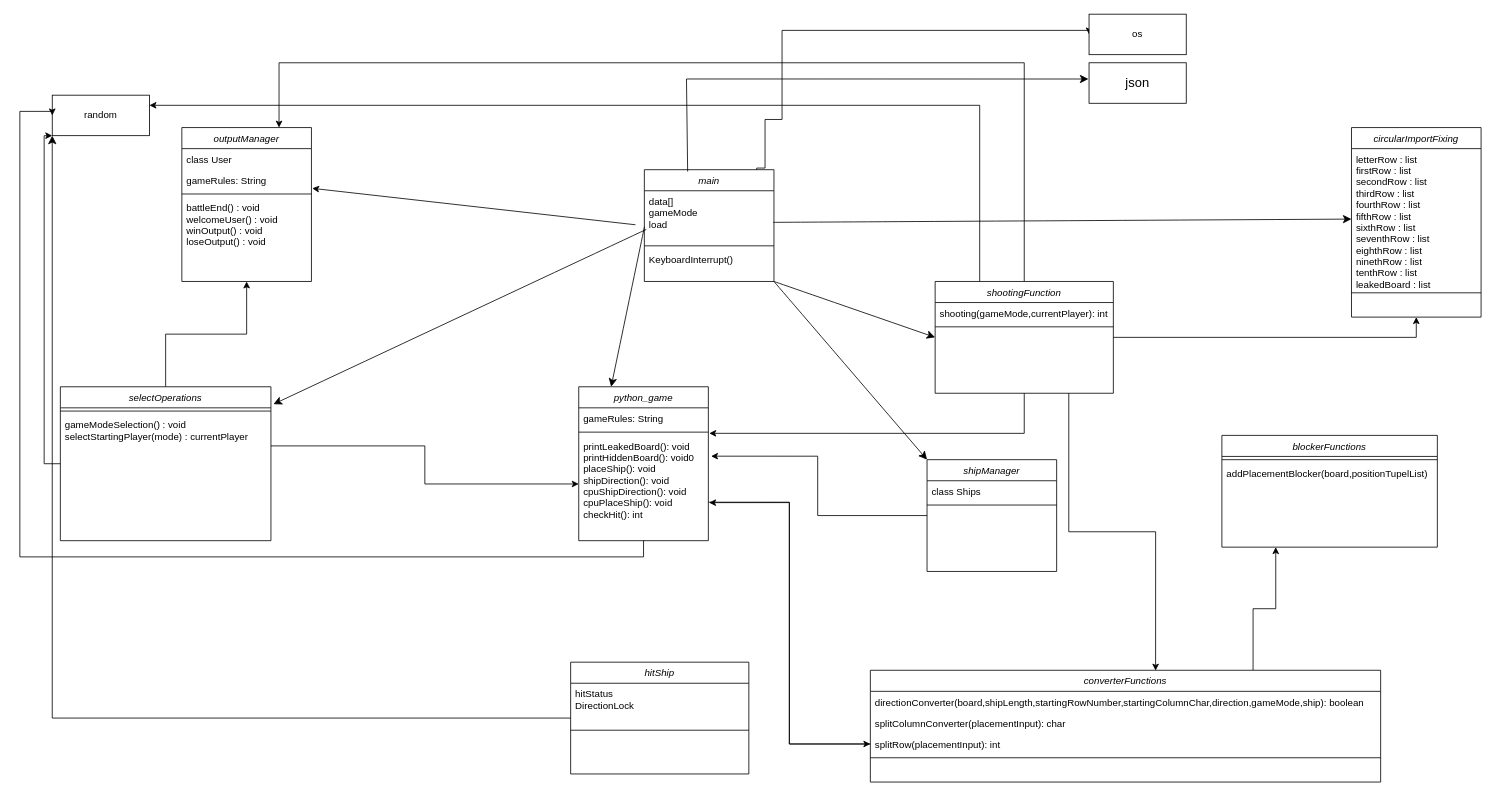
frederik-junk/Python_FleetBattle keeps this draw.io diagram as classDiagram.drawio. Above is the earlier version. Source tidied: cells renumbered, new cells numbered last; positions are measured from the earlier drawing's top-left corner, leaving out a move shared by most shapes. Both pictures are drawn from the tidied source at 81%, with x=0, y=0 at pixel (19, 14).
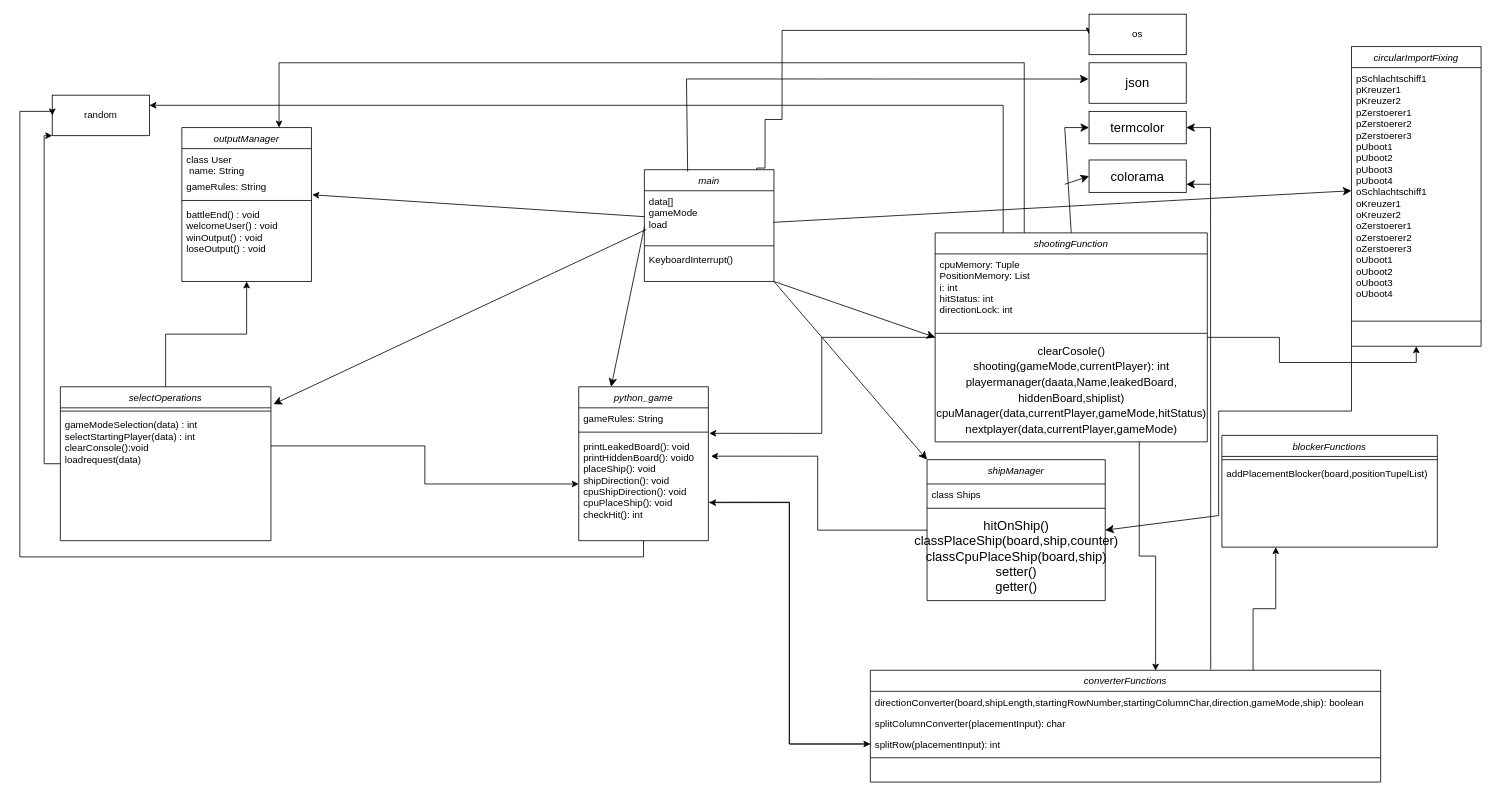
The same diagram, later.

Commit message (it also covers changes not shown here):
updated class Diagramm

The change refers to these unchanged cells:
```xml
<mxCell id="4" value="data[]&#10;gameMode&#10;load" style="text;align=left;verticalAlign=top;spacingLeft=4;spacingRight=4;overflow=hidden;points=[[0,0.5],[1,0.5]];portConstraint=eastwest;" parent="3" vertex="1">
  <mxGeometry y="26" width="160" height="64" as="geometry" />
</mxCell>
<mxCell id="9" value="outputManager" style="swimlane;fontStyle=2;align=center;verticalAlign=top;horizontal=1;startSize=26;rounded=0;shadow=0;strokeWidth=1;" parent="1" vertex="1">
  <mxGeometry x="200" y="140" width="160" height="190" as="geometry" />
</mxCell>
<mxCell id="16" value="selectOperations" style="swimlane;fontStyle=2;align=center;verticalAlign=top;horizontal=1;startSize=26;rounded=0;shadow=0;strokeWidth=1;" parent="1" vertex="1">
  <mxGeometry x="50" y="460" width="260" height="190" as="geometry" />
</mxCell>
<mxCell id="25" value="random" style="rounded=0;whiteSpace=wrap;html=1;" parent="1" vertex="1">
  <mxGeometry x="40" y="100" width="120" height="50" as="geometry" />
</mxCell>
<mxCell id="32" value="converterFunctions" style="swimlane;fontStyle=2;align=center;verticalAlign=top;horizontal=1;startSize=26;rounded=0;shadow=0;strokeWidth=1;" parent="1" vertex="1">
  <mxGeometry x="1050" y="810" width="630" height="138" as="geometry" />
</mxCell>
```

Change to the diagram source:
```diff
@@
-    <mxCell id="8" style="endArrow=classic;html=1;rounded=0;entryX=1.006;entryY=0.885;entryDx=0;entryDy=0;entryPerimeter=0;" parent="1" edge="1" target="11">
-      <mxGeometry relative="1" as="geometry">
-        <mxPoint x="760" y="260" as="sourcePoint" />
-      </mxGeometry>
+    <mxCell id="8" style="endArrow=classic;html=1;rounded=0;entryX=1.006;entryY=0.885;entryDx=0;entryDy=0;entryPerimeter=0;exitX=0;exitY=0.5;exitDx=0;exitDy=0;" parent="1" edge="1" source="4" target="11">
+      <mxGeometry relative="1" as="geometry" />
     </mxCell>
@@
-    <mxCell id="10" value="class User" style="text;align=left;verticalAlign=top;spacingLeft=4;spacingRight=4;overflow=hidden;" parent="9" vertex="1">
-      <mxGeometry y="26" width="160" height="26" as="geometry" />
+    <mxCell id="10" value="class User&#10; name: String" style="text;align=left;verticalAlign=top;spacingLeft=4;spacingRight=4;overflow=hidden;" parent="9" vertex="1">
+      <mxGeometry y="26" width="160" height="34" as="geometry" />
     </mxCell>
     <mxCell id="11" value="gameRules: String" style="text;align=left;verticalAlign=top;spacingLeft=4;spacingRight=4;overflow=hidden;points=[[0,0.5],[1,0.5]];portConstraint=eastwest;rounded=0;shadow=0;html=0;" parent="9" vertex="1">
-      <mxGeometry y="52" width="160" height="26" as="geometry" />
+      <mxGeometry y="60" width="160" height="26" as="geometry" />
     </mxCell>
     <mxCell id="12" style="line;html=1;strokeWidth=1;align=left;verticalAlign=middle;spacingTop=-1;spacingLeft=3;spacingRight=3;labelPosition=right;" parent="9" vertex="1">
-      <mxGeometry y="78" width="160" height="8" as="geometry" />
+      <mxGeometry y="86" width="160" height="8" as="geometry" />
     </mxCell>
     <mxCell id="13" value="battleEnd() : void&#10;welcomeUser() : void&#10;winOutput() : void&#10;loseOutput() : void" style="text;align=left;verticalAlign=top;spacingLeft=4;spacingRight=4;overflow=hidden;" parent="9" vertex="1">
-      <mxGeometry y="86" width="160" height="78" as="geometry" />
+      <mxGeometry y="94" width="160" height="78" as="geometry" />
     </mxCell>
@@
-    <mxCell id="18" value="gameModeSelection() : void&#10;selectStartingPlayer(mode) : currentPlayer" style="text;align=left;verticalAlign=top;spacingLeft=4;spacingRight=4;overflow=hidden;points=[[0,0.5],[1,0.5]];portConstraint=eastwest;" parent="16" vertex="1">
+    <mxCell id="18" value="gameModeSelection(data) : int&#10;selectStartingPlayer(data) : int&#10;clearConsole():void&#10;loadrequest(data)" style="text;align=left;verticalAlign=top;spacingLeft=4;spacingRight=4;overflow=hidden;points=[[0,0.5],[1,0.5]];portConstraint=eastwest;" parent="16" vertex="1">
       <mxGeometry y="34" width="260" height="78" as="geometry" />
     </mxCell>
@@
-    <mxCell id="28" value="shipManager" style="swimlane;fontStyle=2;align=center;verticalAlign=top;horizontal=1;startSize=26;rounded=0;shadow=0;strokeWidth=1;" parent="1" vertex="1">
-      <mxGeometry x="1120" y="550" width="160" height="138" as="geometry" />
+    <mxCell id="28" value="shipManager" style="swimlane;fontStyle=2;align=center;verticalAlign=top;horizontal=1;startSize=30;rounded=0;shadow=0;strokeWidth=1;" parent="1" vertex="1">
+      <mxGeometry x="1120" y="550" width="220" height="174" as="geometry" />
     </mxCell>
     <mxCell id="29" value="class Ships" style="text;align=left;verticalAlign=top;spacingLeft=4;spacingRight=4;overflow=hidden;" parent="28" vertex="1">
-      <mxGeometry y="26" width="160" height="26" as="geometry" />
+      <mxGeometry y="30" width="220" height="26" as="geometry" />
     </mxCell>
     <mxCell id="30" style="line;html=1;strokeWidth=1;align=left;verticalAlign=middle;spacingTop=-1;spacingLeft=3;spacingRight=3;labelPosition=right;" parent="28" vertex="1">
-      <mxGeometry y="52" width="160" height="8" as="geometry" />
+      <mxGeometry y="56" width="220" height="8" as="geometry" />
     </mxCell>
+    <mxCell id="63" value="hitOnShip()&lt;br&gt;classPlaceShip(board,ship,counter)&lt;br&gt;classCpuPlaceShip(board,ship)&lt;br&gt;setter()&lt;br&gt;getter()" style="text;html=1;align=center;verticalAlign=middle;strokeColor=none;fillColor=none;fontSize=16;" parent="28" vertex="1">
+      <mxGeometry y="64" width="220" height="110" as="geometry" />
+    </mxCell>
@@
     <mxCell id="41" value="circularImportFixing" style="swimlane;fontStyle=2;align=center;verticalAlign=top;horizontal=1;startSize=26;rounded=0;shadow=0;strokeWidth=1;" parent="1" vertex="1">
-      <mxGeometry x="1644" y="140" width="160" height="234" as="geometry" />
+      <mxGeometry x="1644" y="40" width="160" height="370" as="geometry" />
     </mxCell>
-    <mxCell id="42" value="letterRow : list&#10;firstRow : list&#10;secondRow : list&#10;thirdRow : list&#10;fourthRow : list&#10;fifthRow : list&#10;sixthRow : list&#10;seventhRow : list&#10;eighthRow : list&#10;ninethRow : list&#10;tenthRow : list&#10;leakedBoard : list" style="text;align=left;verticalAlign=top;spacingLeft=4;spacingRight=4;overflow=hidden;points=[[0,0.5],[1,0.5]];portConstraint=eastwest;" parent="41" vertex="1">
-      <mxGeometry y="26" width="160" height="174" as="geometry" />
+    <mxCell id="42" value="pSchlachtschiff1&#10;pKreuzer1&#10;pKreuzer2&#10;pZerstoerer1&#10;pZerstoerer2&#10;pZerstoerer3&#10;pUboot1&#10;pUboot2&#10;pUboot3&#10;pUboot4&#10;oSchlachtschiff1&#10;oKreuzer1&#10;oKreuzer2&#10;oZerstoerer1&#10;oZerstoerer2&#10;oZerstoerer3&#10;oUboot1&#10;oUboot2&#10;oUboot3&#10;oUboot4" style="text;align=left;verticalAlign=top;spacingLeft=4;spacingRight=4;overflow=hidden;points=[[0,0.5],[1,0.5]];portConstraint=eastwest;" parent="41" vertex="1">
+      <mxGeometry y="26" width="160" height="304" as="geometry" />
     </mxCell>
     <mxCell id="43" style="line;html=1;strokeWidth=1;align=left;verticalAlign=middle;spacingTop=-1;spacingLeft=3;spacingRight=3;labelPosition=right;" parent="41" vertex="1">
-      <mxGeometry y="200" width="160" height="8" as="geometry" />
+      <mxGeometry y="330" width="160" height="18" as="geometry" />
     </mxCell>
@@
     <mxCell id="49" value="shootingFunction" style="swimlane;fontStyle=2;align=center;verticalAlign=top;horizontal=1;startSize=26;rounded=0;shadow=0;strokeWidth=1;" parent="1" vertex="1">
-      <mxGeometry x="1130" y="330" width="220" height="138" as="geometry" />
+      <mxGeometry x="1130" y="270" width="336" height="258" as="geometry" />
     </mxCell>
-    <mxCell id="50" value="shooting(gameMode,currentPlayer): int" style="text;align=left;verticalAlign=top;spacingLeft=4;spacingRight=4;overflow=hidden;" parent="49" vertex="1">
-      <mxGeometry y="26" width="220" height="26" as="geometry" />
+    <mxCell id="50" value="cpuMemory: Tuple&#10;PositionMemory: List&#10;i: int&#10;hitStatus: int&#10;directionLock: int" style="text;align=left;verticalAlign=top;spacingLeft=4;spacingRight=4;overflow=hidden;" parent="49" vertex="1">
+      <mxGeometry y="26" width="336" height="94" as="geometry" />
     </mxCell>
     <mxCell id="51" style="line;html=1;strokeWidth=1;align=left;verticalAlign=middle;spacingTop=-1;spacingLeft=3;spacingRight=3;labelPosition=right;" parent="49" vertex="1">
-      <mxGeometry y="52" width="220" height="8" as="geometry" />
+      <mxGeometry y="120" width="336" height="8" as="geometry" />
     </mxCell>
+    <mxCell id="64" value="&lt;font style=&quot;font-size: 14px;&quot;&gt;clearCosole()&lt;br&gt;shooting(gameMode,currentPlayer): int&lt;br&gt;playermanager(daata,Name,leakedBoard,&lt;br&gt;hiddenBoard,shiplist)&lt;br&gt;cpuManager(data,currentPlayer,gameMode,hitStatus)&lt;br&gt;nextplayer(data,currentPlayer,gameMode)&lt;br&gt;&lt;/font&gt;" style="text;html=1;align=center;verticalAlign=middle;strokeColor=none;fillColor=none;fontSize=16;" parent="49" vertex="1">
+      <mxGeometry y="128" width="336" height="130" as="geometry" />
+    </mxCell>
@@
-    <mxCell id="59" value="hitShip" style="swimlane;fontStyle=2;align=center;verticalAlign=top;horizontal=1;startSize=26;rounded=0;shadow=0;strokeWidth=1;" parent="1" vertex="1">
-      <mxGeometry x="680" y="800" width="220" height="138" as="geometry" />
-    </mxCell>
-    <mxCell id="60" value="hitStatus&#10;DirectionLock" style="text;align=left;verticalAlign=top;spacingLeft=4;spacingRight=4;overflow=hidden;" parent="59" vertex="1">
-      <mxGeometry y="26" width="220" height="54" as="geometry" />
-    </mxCell>
-    <mxCell id="61" style="line;html=1;strokeWidth=1;align=left;verticalAlign=middle;spacingTop=-1;spacingLeft=3;spacingRight=3;labelPosition=right;" parent="59" vertex="1">
-      <mxGeometry y="80" width="220" height="8" as="geometry" />
-    </mxCell>
-    <mxCell id="62" style="endArrow=classic;html=1;rounded=0;fontSize=12;startSize=8;endSize=8;exitX=0;exitY=0.5;exitDx=0;exitDy=0;entryX=0;entryY=1;entryDx=0;entryDy=0;" parent="1" edge="1" source="59" target="25">
-      <mxGeometry relative="1" as="geometry">
-        <Array as="points">
-          <mxPoint x="40" y="869" />
-        </Array>
-      </mxGeometry>
-    </mxCell>
+    <mxCell id="65" value="termcolor" style="rounded=0;whiteSpace=wrap;html=1;fontSize=16;" parent="1" vertex="1">
+      <mxGeometry x="1320" y="120" width="120" height="40" as="geometry" />
+    </mxCell>
+    <mxCell id="66" value="colorama" style="rounded=0;whiteSpace=wrap;html=1;fontSize=16;" parent="1" vertex="1">
+      <mxGeometry x="1320" y="180" width="120" height="40" as="geometry" />
+    </mxCell>
+    <mxCell id="67" style="endArrow=classic;html=1;rounded=0;fontSize=12;startSize=8;endSize=8;entryX=0;entryY=0.5;entryDx=0;entryDy=0;exitX=0.5;exitY=0;exitDx=0;exitDy=0;" parent="1" edge="1" source="49" target="65">
+      <mxGeometry relative="1" as="geometry">
+        <Array as="points">
+          <mxPoint x="1290" y="140" />
+        </Array>
+      </mxGeometry>
+    </mxCell>
+    <mxCell id="68" style="endArrow=classic;html=1;rounded=0;fontSize=12;startSize=8;endSize=8;curved=1;entryX=0;entryY=0.5;entryDx=0;entryDy=0;" parent="1" edge="1" target="66">
+      <mxGeometry relative="1" as="geometry">
+        <mxPoint x="1290" y="210" as="sourcePoint" />
+      </mxGeometry>
+    </mxCell>
+    <mxCell id="69" style="endArrow=classic;html=1;rounded=0;fontSize=12;startSize=8;endSize=8;exitX=0;exitY=1;exitDx=0;exitDy=0;entryX=1;entryY=0.5;entryDx=0;entryDy=0;" parent="1" edge="1" source="41" target="28">
+      <mxGeometry relative="1" as="geometry">
+        <Array as="points">
+          <mxPoint x="1644" y="490" />
+          <mxPoint x="1480" y="490" />
+          <mxPoint x="1480" y="619" />
+        </Array>
+      </mxGeometry>
+    </mxCell>
+    <mxCell id="70" style="endArrow=classic;html=1;rounded=0;fontSize=12;startSize=8;endSize=8;exitX=0.667;exitY=-0.007;exitDx=0;exitDy=0;exitPerimeter=0;entryX=1;entryY=0.5;entryDx=0;entryDy=0;" parent="1" edge="1" source="32" target="65">
+      <mxGeometry relative="1" as="geometry">
+        <Array as="points">
+          <mxPoint x="1470" y="140" />
+        </Array>
+      </mxGeometry>
+    </mxCell>
+    <mxCell id="71" style="endArrow=classic;html=1;rounded=0;fontSize=12;startSize=8;endSize=8;curved=1;entryX=1;entryY=0.75;entryDx=0;entryDy=0;" parent="1" edge="1" target="66">
+      <mxGeometry relative="1" as="geometry">
+        <mxPoint x="1470" y="210" as="sourcePoint" />
+      </mxGeometry>
+    </mxCell>
```
